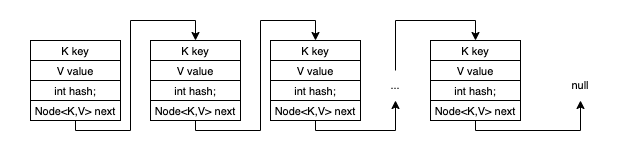
The draw.io diagram assets/images/2021-11-08-a-tale-of-java-hash-tables/chained-structure.drawio.png in nomemory/andreinc-site, before a commit. Source tidied: cells renumbered, new cells last; positions are measured from the earlier drawing's top-left corner, leaving out a move shared by most shapes. Its diagram source:
```xml
<mxGraphModel>
  <root>
    <mxCell id="0" />
    <mxCell id="1" parent="0" />
    <mxCell id="2" style="rounded=0;whiteSpace=wrap;html=1;fontSize=11;strokeColor=none;fillColor=none;" parent="1" vertex="1">
      <mxGeometry width="630" height="150" as="geometry" />
    </mxCell>
    <mxCell id="3" value="&lt;font style=&quot;font-size: 11px&quot;&gt;K key&lt;/font&gt;" style="rounded=0;whiteSpace=wrap;html=1;" parent="1" vertex="1">
      <mxGeometry x="30" y="40" width="90" height="20" as="geometry" />
    </mxCell>
    <mxCell id="4" value="&lt;font style=&quot;font-size: 11px&quot;&gt;V value&lt;/font&gt;" style="rounded=0;whiteSpace=wrap;html=1;" parent="1" vertex="1">
      <mxGeometry x="30" y="60" width="90" height="20" as="geometry" />
    </mxCell>
    <mxCell id="5" value="&lt;font style=&quot;font-size: 11px&quot;&gt;int hash;&lt;/font&gt;" style="rounded=0;whiteSpace=wrap;html=1;" parent="1" vertex="1">
      <mxGeometry x="30" y="80" width="90" height="20" as="geometry" />
    </mxCell>
    <mxCell id="6" style="edgeStyle=orthogonalEdgeStyle;rounded=0;jettySize=auto;html=1;exitX=0.5;exitY=1;exitDx=0;exitDy=0;entryX=0.5;entryY=0;entryDx=0;entryDy=0;fontSize=11;" parent="1" edge="1" source="7" target="8">
      <mxGeometry relative="1" as="geometry">
        <Array as="points">
          <mxPoint x="75" y="130" />
          <mxPoint x="130" y="130" />
          <mxPoint x="130" y="20" />
          <mxPoint x="195" y="20" />
        </Array>
      </mxGeometry>
    </mxCell>
    <mxCell id="7" value="&lt;font style=&quot;font-size: 11px&quot;&gt;Node&amp;lt;K,V&amp;gt; next&lt;/font&gt;" style="rounded=0;whiteSpace=wrap;html=1;" parent="1" vertex="1">
      <mxGeometry x="30" y="100" width="90" height="20" as="geometry" />
    </mxCell>
    <mxCell id="8" value="&lt;font style=&quot;font-size: 11px&quot;&gt;K key&lt;/font&gt;" style="rounded=0;whiteSpace=wrap;html=1;" parent="1" vertex="1">
      <mxGeometry x="150" y="40" width="90" height="20" as="geometry" />
    </mxCell>
    <mxCell id="9" value="&lt;font style=&quot;font-size: 11px&quot;&gt;V value&lt;/font&gt;" style="rounded=0;whiteSpace=wrap;html=1;" parent="1" vertex="1">
      <mxGeometry x="150" y="60" width="90" height="20" as="geometry" />
    </mxCell>
    <mxCell id="10" value="&lt;font style=&quot;font-size: 11px&quot;&gt;int hash;&lt;/font&gt;" style="rounded=0;whiteSpace=wrap;html=1;" parent="1" vertex="1">
      <mxGeometry x="150" y="80" width="90" height="20" as="geometry" />
    </mxCell>
    <mxCell id="11" style="edgeStyle=orthogonalEdgeStyle;rounded=0;jettySize=auto;html=1;exitX=0.5;exitY=1;exitDx=0;exitDy=0;entryX=0.5;entryY=0;entryDx=0;entryDy=0;fontSize=11;" parent="1" edge="1" source="12" target="13">
      <mxGeometry relative="1" as="geometry">
        <Array as="points">
          <mxPoint x="195" y="130" />
          <mxPoint x="260" y="130" />
          <mxPoint x="260" y="20" />
          <mxPoint x="315" y="20" />
        </Array>
      </mxGeometry>
    </mxCell>
    <mxCell id="12" value="&lt;font style=&quot;font-size: 11px&quot;&gt;Node&amp;lt;K,V&amp;gt; next&lt;/font&gt;" style="rounded=0;whiteSpace=wrap;html=1;" parent="1" vertex="1">
      <mxGeometry x="150" y="100" width="90" height="20" as="geometry" />
    </mxCell>
    <mxCell id="13" value="&lt;font style=&quot;font-size: 11px&quot;&gt;K key&lt;/font&gt;" style="rounded=0;whiteSpace=wrap;html=1;" parent="1" vertex="1">
      <mxGeometry x="270" y="40" width="90" height="20" as="geometry" />
    </mxCell>
    <mxCell id="14" value="&lt;font style=&quot;font-size: 11px&quot;&gt;V value&lt;/font&gt;" style="rounded=0;whiteSpace=wrap;html=1;" parent="1" vertex="1">
      <mxGeometry x="270" y="60" width="90" height="20" as="geometry" />
    </mxCell>
    <mxCell id="15" value="&lt;font style=&quot;font-size: 11px&quot;&gt;int hash;&lt;/font&gt;" style="rounded=0;whiteSpace=wrap;html=1;" parent="1" vertex="1">
      <mxGeometry x="270" y="80" width="90" height="20" as="geometry" />
    </mxCell>
    <mxCell id="16" style="edgeStyle=orthogonalEdgeStyle;rounded=0;jettySize=auto;html=1;exitX=0.5;exitY=1;exitDx=0;exitDy=0;fontSize=11;entryX=0.5;entryY=1;entryDx=0;entryDy=0;" parent="1" edge="1" source="17" target="23">
      <mxGeometry relative="1" as="geometry">
        <Array as="points">
          <mxPoint x="315" y="130" />
          <mxPoint x="395" y="130" />
        </Array>
      </mxGeometry>
    </mxCell>
    <mxCell id="17" value="&lt;font style=&quot;font-size: 11px&quot;&gt;Node&amp;lt;K,V&amp;gt; next&lt;/font&gt;" style="rounded=0;whiteSpace=wrap;html=1;" parent="1" vertex="1">
      <mxGeometry x="270" y="100" width="90" height="20" as="geometry" />
    </mxCell>
    <mxCell id="18" value="&lt;font style=&quot;font-size: 11px&quot;&gt;K key&lt;/font&gt;" style="rounded=0;whiteSpace=wrap;html=1;" parent="1" vertex="1">
      <mxGeometry x="430" y="40" width="90" height="20" as="geometry" />
    </mxCell>
    <mxCell id="19" value="&lt;font style=&quot;font-size: 11px&quot;&gt;V value&lt;/font&gt;" style="rounded=0;whiteSpace=wrap;html=1;" parent="1" vertex="1">
      <mxGeometry x="430" y="60" width="90" height="20" as="geometry" />
    </mxCell>
    <mxCell id="20" value="&lt;font style=&quot;font-size: 11px&quot;&gt;int hash;&lt;/font&gt;" style="rounded=0;whiteSpace=wrap;html=1;" parent="1" vertex="1">
      <mxGeometry x="430" y="80" width="90" height="20" as="geometry" />
    </mxCell>
    <mxCell id="21" style="edgeStyle=orthogonalEdgeStyle;rounded=0;jettySize=auto;html=1;exitX=0.5;exitY=1;exitDx=0;exitDy=0;entryX=0.5;entryY=1;entryDx=0;entryDy=0;fontSize=11;" parent="1" edge="1" source="22" target="25">
      <mxGeometry relative="1" as="geometry">
        <Array as="points">
          <mxPoint x="475" y="130" />
          <mxPoint x="580" y="130" />
        </Array>
      </mxGeometry>
    </mxCell>
    <mxCell id="22" value="&lt;font style=&quot;font-size: 11px&quot;&gt;Node&amp;lt;K,V&amp;gt; next&lt;/font&gt;" style="rounded=0;whiteSpace=wrap;html=1;" parent="1" vertex="1">
      <mxGeometry x="430" y="100" width="90" height="20" as="geometry" />
    </mxCell>
    <mxCell id="23" value="..." style="text;html=1;strokeColor=none;fillColor=none;align=center;verticalAlign=middle;whiteSpace=wrap;rounded=0;fontSize=11;" parent="1" vertex="1">
      <mxGeometry x="360" y="70" width="70" height="30" as="geometry" />
    </mxCell>
    <mxCell id="24" style="edgeStyle=orthogonalEdgeStyle;rounded=0;jettySize=auto;html=1;fontSize=11;entryX=0.5;entryY=0;entryDx=0;entryDy=0;exitX=0.5;exitY=0;exitDx=0;exitDy=0;" parent="1" edge="1" source="23" target="18">
      <mxGeometry relative="1" as="geometry">
        <Array as="points">
          <mxPoint x="395" y="20" />
          <mxPoint x="475" y="20" />
        </Array>
      </mxGeometry>
    </mxCell>
    <mxCell id="25" value="null" style="text;html=1;strokeColor=none;fillColor=none;align=center;verticalAlign=middle;whiteSpace=wrap;rounded=0;fontSize=11;" parent="1" vertex="1">
      <mxGeometry x="550" y="70" width="60" height="30" as="geometry" />
    </mxCell>
  </root>
</mxGraphModel>
```
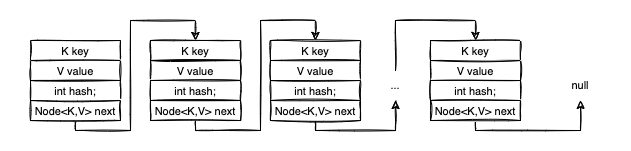
After the commit.

Diff of the diagram source:
```diff
@@ -2,19 +2,19 @@
   <root>
     <mxCell id="0" />
     <mxCell id="1" parent="0" />
-    <mxCell id="2" style="rounded=0;whiteSpace=wrap;html=1;fontSize=11;strokeColor=none;fillColor=none;" parent="1" vertex="1">
+    <mxCell id="2" style="rounded=0;whiteSpace=wrap;html=1;fontSize=11;strokeColor=none;fillColor=none;sketch=1;" parent="1" vertex="1">
       <mxGeometry width="630" height="150" as="geometry" />
     </mxCell>
-    <mxCell id="3" value="&lt;font style=&quot;font-size: 11px&quot;&gt;K key&lt;/font&gt;" style="rounded=0;whiteSpace=wrap;html=1;" parent="1" vertex="1">
+    <mxCell id="3" value="&lt;font style=&quot;font-size: 11px&quot;&gt;K key&lt;/font&gt;" style="rounded=0;whiteSpace=wrap;html=1;sketch=1;" parent="1" vertex="1">
       <mxGeometry x="30" y="40" width="90" height="20" as="geometry" />
     </mxCell>
-    <mxCell id="4" value="&lt;font style=&quot;font-size: 11px&quot;&gt;V value&lt;/font&gt;" style="rounded=0;whiteSpace=wrap;html=1;" parent="1" vertex="1">
+    <mxCell id="4" value="&lt;font style=&quot;font-size: 11px&quot;&gt;V value&lt;/font&gt;" style="rounded=0;whiteSpace=wrap;html=1;sketch=1;" parent="1" vertex="1">
       <mxGeometry x="30" y="60" width="90" height="20" as="geometry" />
     </mxCell>
-    <mxCell id="5" value="&lt;font style=&quot;font-size: 11px&quot;&gt;int hash;&lt;/font&gt;" style="rounded=0;whiteSpace=wrap;html=1;" parent="1" vertex="1">
+    <mxCell id="5" value="&lt;font style=&quot;font-size: 11px&quot;&gt;int hash;&lt;/font&gt;" style="rounded=0;whiteSpace=wrap;html=1;sketch=1;" parent="1" vertex="1">
       <mxGeometry x="30" y="80" width="90" height="20" as="geometry" />
     </mxCell>
-    <mxCell id="6" style="edgeStyle=orthogonalEdgeStyle;rounded=0;jettySize=auto;html=1;exitX=0.5;exitY=1;exitDx=0;exitDy=0;entryX=0.5;entryY=0;entryDx=0;entryDy=0;fontSize=11;" parent="1" edge="1" source="7" target="8">
+    <mxCell id="6" style="edgeStyle=orthogonalEdgeStyle;rounded=0;jettySize=auto;html=1;exitX=0.5;exitY=1;exitDx=0;exitDy=0;entryX=0.5;entryY=0;entryDx=0;entryDy=0;fontSize=11;sketch=1;" parent="1" edge="1" source="7" target="8">
       <mxGeometry relative="1" as="geometry">
         <Array as="points">
           <mxPoint x="75" y="130" />
@@ -24,19 +24,19 @@
         </Array>
       </mxGeometry>
     </mxCell>
-    <mxCell id="7" value="&lt;font style=&quot;font-size: 11px&quot;&gt;Node&amp;lt;K,V&amp;gt; next&lt;/font&gt;" style="rounded=0;whiteSpace=wrap;html=1;" parent="1" vertex="1">
+    <mxCell id="7" value="&lt;font style=&quot;font-size: 11px&quot;&gt;Node&amp;lt;K,V&amp;gt; next&lt;/font&gt;" style="rounded=0;whiteSpace=wrap;html=1;sketch=1;" parent="1" vertex="1">
       <mxGeometry x="30" y="100" width="90" height="20" as="geometry" />
     </mxCell>
-    <mxCell id="8" value="&lt;font style=&quot;font-size: 11px&quot;&gt;K key&lt;/font&gt;" style="rounded=0;whiteSpace=wrap;html=1;" parent="1" vertex="1">
+    <mxCell id="8" value="&lt;font style=&quot;font-size: 11px&quot;&gt;K key&lt;/font&gt;" style="rounded=0;whiteSpace=wrap;html=1;sketch=1;" parent="1" vertex="1">
       <mxGeometry x="150" y="40" width="90" height="20" as="geometry" />
     </mxCell>
-    <mxCell id="9" value="&lt;font style=&quot;font-size: 11px&quot;&gt;V value&lt;/font&gt;" style="rounded=0;whiteSpace=wrap;html=1;" parent="1" vertex="1">
+    <mxCell id="9" value="&lt;font style=&quot;font-size: 11px&quot;&gt;V value&lt;/font&gt;" style="rounded=0;whiteSpace=wrap;html=1;sketch=1;" parent="1" vertex="1">
       <mxGeometry x="150" y="60" width="90" height="20" as="geometry" />
     </mxCell>
-    <mxCell id="10" value="&lt;font style=&quot;font-size: 11px&quot;&gt;int hash;&lt;/font&gt;" style="rounded=0;whiteSpace=wrap;html=1;" parent="1" vertex="1">
+    <mxCell id="10" value="&lt;font style=&quot;font-size: 11px&quot;&gt;int hash;&lt;/font&gt;" style="rounded=0;whiteSpace=wrap;html=1;sketch=1;" parent="1" vertex="1">
       <mxGeometry x="150" y="80" width="90" height="20" as="geometry" />
     </mxCell>
-    <mxCell id="11" style="edgeStyle=orthogonalEdgeStyle;rounded=0;jettySize=auto;html=1;exitX=0.5;exitY=1;exitDx=0;exitDy=0;entryX=0.5;entryY=0;entryDx=0;entryDy=0;fontSize=11;" parent="1" edge="1" source="12" target="13">
+    <mxCell id="11" style="edgeStyle=orthogonalEdgeStyle;rounded=0;jettySize=auto;html=1;exitX=0.5;exitY=1;exitDx=0;exitDy=0;entryX=0.5;entryY=0;entryDx=0;entryDy=0;fontSize=11;sketch=1;" parent="1" edge="1" source="12" target="13">
       <mxGeometry relative="1" as="geometry">
         <Array as="points">
           <mxPoint x="195" y="130" />
@@ -46,19 +46,19 @@
         </Array>
       </mxGeometry>
     </mxCell>
-    <mxCell id="12" value="&lt;font style=&quot;font-size: 11px&quot;&gt;Node&amp;lt;K,V&amp;gt; next&lt;/font&gt;" style="rounded=0;whiteSpace=wrap;html=1;" parent="1" vertex="1">
+    <mxCell id="12" value="&lt;font style=&quot;font-size: 11px&quot;&gt;Node&amp;lt;K,V&amp;gt; next&lt;/font&gt;" style="rounded=0;whiteSpace=wrap;html=1;sketch=1;" parent="1" vertex="1">
       <mxGeometry x="150" y="100" width="90" height="20" as="geometry" />
     </mxCell>
-    <mxCell id="13" value="&lt;font style=&quot;font-size: 11px&quot;&gt;K key&lt;/font&gt;" style="rounded=0;whiteSpace=wrap;html=1;" parent="1" vertex="1">
+    <mxCell id="13" value="&lt;font style=&quot;font-size: 11px&quot;&gt;K key&lt;/font&gt;" style="rounded=0;whiteSpace=wrap;html=1;sketch=1;" parent="1" vertex="1">
       <mxGeometry x="270" y="40" width="90" height="20" as="geometry" />
     </mxCell>
-    <mxCell id="14" value="&lt;font style=&quot;font-size: 11px&quot;&gt;V value&lt;/font&gt;" style="rounded=0;whiteSpace=wrap;html=1;" parent="1" vertex="1">
+    <mxCell id="14" value="&lt;font style=&quot;font-size: 11px&quot;&gt;V value&lt;/font&gt;" style="rounded=0;whiteSpace=wrap;html=1;sketch=1;" parent="1" vertex="1">
       <mxGeometry x="270" y="60" width="90" height="20" as="geometry" />
     </mxCell>
-    <mxCell id="15" value="&lt;font style=&quot;font-size: 11px&quot;&gt;int hash;&lt;/font&gt;" style="rounded=0;whiteSpace=wrap;html=1;" parent="1" vertex="1">
+    <mxCell id="15" value="&lt;font style=&quot;font-size: 11px&quot;&gt;int hash;&lt;/font&gt;" style="rounded=0;whiteSpace=wrap;html=1;sketch=1;" parent="1" vertex="1">
       <mxGeometry x="270" y="80" width="90" height="20" as="geometry" />
     </mxCell>
-    <mxCell id="16" style="edgeStyle=orthogonalEdgeStyle;rounded=0;jettySize=auto;html=1;exitX=0.5;exitY=1;exitDx=0;exitDy=0;fontSize=11;entryX=0.5;entryY=1;entryDx=0;entryDy=0;" parent="1" edge="1" source="17" target="23">
+    <mxCell id="16" style="edgeStyle=orthogonalEdgeStyle;rounded=0;jettySize=auto;html=1;exitX=0.5;exitY=1;exitDx=0;exitDy=0;fontSize=11;entryX=0.5;entryY=1;entryDx=0;entryDy=0;sketch=1;" parent="1" edge="1" source="17" target="23">
       <mxGeometry relative="1" as="geometry">
         <Array as="points">
           <mxPoint x="315" y="130" />
@@ -66,19 +66,19 @@
         </Array>
       </mxGeometry>
     </mxCell>
-    <mxCell id="17" value="&lt;font style=&quot;font-size: 11px&quot;&gt;Node&amp;lt;K,V&amp;gt; next&lt;/font&gt;" style="rounded=0;whiteSpace=wrap;html=1;" parent="1" vertex="1">
+    <mxCell id="17" value="&lt;font style=&quot;font-size: 11px&quot;&gt;Node&amp;lt;K,V&amp;gt; next&lt;/font&gt;" style="rounded=0;whiteSpace=wrap;html=1;sketch=1;" parent="1" vertex="1">
       <mxGeometry x="270" y="100" width="90" height="20" as="geometry" />
     </mxCell>
-    <mxCell id="18" value="&lt;font style=&quot;font-size: 11px&quot;&gt;K key&lt;/font&gt;" style="rounded=0;whiteSpace=wrap;html=1;" parent="1" vertex="1">
+    <mxCell id="18" value="&lt;font style=&quot;font-size: 11px&quot;&gt;K key&lt;/font&gt;" style="rounded=0;whiteSpace=wrap;html=1;sketch=1;" parent="1" vertex="1">
       <mxGeometry x="430" y="40" width="90" height="20" as="geometry" />
     </mxCell>
-    <mxCell id="19" value="&lt;font style=&quot;font-size: 11px&quot;&gt;V value&lt;/font&gt;" style="rounded=0;whiteSpace=wrap;html=1;" parent="1" vertex="1">
+    <mxCell id="19" value="&lt;font style=&quot;font-size: 11px&quot;&gt;V value&lt;/font&gt;" style="rounded=0;whiteSpace=wrap;html=1;sketch=1;" parent="1" vertex="1">
       <mxGeometry x="430" y="60" width="90" height="20" as="geometry" />
     </mxCell>
-    <mxCell id="20" value="&lt;font style=&quot;font-size: 11px&quot;&gt;int hash;&lt;/font&gt;" style="rounded=0;whiteSpace=wrap;html=1;" parent="1" vertex="1">
+    <mxCell id="20" value="&lt;font style=&quot;font-size: 11px&quot;&gt;int hash;&lt;/font&gt;" style="rounded=0;whiteSpace=wrap;html=1;sketch=1;" parent="1" vertex="1">
       <mxGeometry x="430" y="80" width="90" height="20" as="geometry" />
     </mxCell>
-    <mxCell id="21" style="edgeStyle=orthogonalEdgeStyle;rounded=0;jettySize=auto;html=1;exitX=0.5;exitY=1;exitDx=0;exitDy=0;entryX=0.5;entryY=1;entryDx=0;entryDy=0;fontSize=11;" parent="1" edge="1" source="22" target="25">
+    <mxCell id="21" style="edgeStyle=orthogonalEdgeStyle;rounded=0;jettySize=auto;html=1;exitX=0.5;exitY=1;exitDx=0;exitDy=0;entryX=0.5;entryY=1;entryDx=0;entryDy=0;fontSize=11;sketch=1;" parent="1" edge="1" source="22" target="25">
       <mxGeometry relative="1" as="geometry">
         <Array as="points">
           <mxPoint x="475" y="130" />
@@ -86,13 +86,13 @@
         </Array>
       </mxGeometry>
     </mxCell>
-    <mxCell id="22" value="&lt;font style=&quot;font-size: 11px&quot;&gt;Node&amp;lt;K,V&amp;gt; next&lt;/font&gt;" style="rounded=0;whiteSpace=wrap;html=1;" parent="1" vertex="1">
+    <mxCell id="22" value="&lt;font style=&quot;font-size: 11px&quot;&gt;Node&amp;lt;K,V&amp;gt; next&lt;/font&gt;" style="rounded=0;whiteSpace=wrap;html=1;sketch=1;" parent="1" vertex="1">
       <mxGeometry x="430" y="100" width="90" height="20" as="geometry" />
     </mxCell>
-    <mxCell id="23" value="..." style="text;html=1;strokeColor=none;fillColor=none;align=center;verticalAlign=middle;whiteSpace=wrap;rounded=0;fontSize=11;" parent="1" vertex="1">
+    <mxCell id="23" value="..." style="text;html=1;strokeColor=none;fillColor=none;align=center;verticalAlign=middle;whiteSpace=wrap;rounded=0;fontSize=11;sketch=1;" parent="1" vertex="1">
       <mxGeometry x="360" y="70" width="70" height="30" as="geometry" />
     </mxCell>
-    <mxCell id="24" style="edgeStyle=orthogonalEdgeStyle;rounded=0;jettySize=auto;html=1;fontSize=11;entryX=0.5;entryY=0;entryDx=0;entryDy=0;exitX=0.5;exitY=0;exitDx=0;exitDy=0;" parent="1" edge="1" source="23" target="18">
+    <mxCell id="24" style="edgeStyle=orthogonalEdgeStyle;rounded=0;jettySize=auto;html=1;fontSize=11;entryX=0.5;entryY=0;entryDx=0;entryDy=0;exitX=0.5;exitY=0;exitDx=0;exitDy=0;sketch=1;" parent="1" edge="1" source="23" target="18">
       <mxGeometry relative="1" as="geometry">
         <Array as="points">
           <mxPoint x="395" y="20" />
@@ -100,7 +100,7 @@
         </Array>
       </mxGeometry>
     </mxCell>
-    <mxCell id="25" value="null" style="text;html=1;strokeColor=none;fillColor=none;align=center;verticalAlign=middle;whiteSpace=wrap;rounded=0;fontSize=11;" parent="1" vertex="1">
+    <mxCell id="25" value="null" style="text;html=1;strokeColor=none;fillColor=none;align=center;verticalAlign=middle;whiteSpace=wrap;rounded=0;fontSize=11;sketch=1;" parent="1" vertex="1">
       <mxGeometry x="550" y="70" width="60" height="30" as="geometry" />
     </mxCell>
   </root>
```
